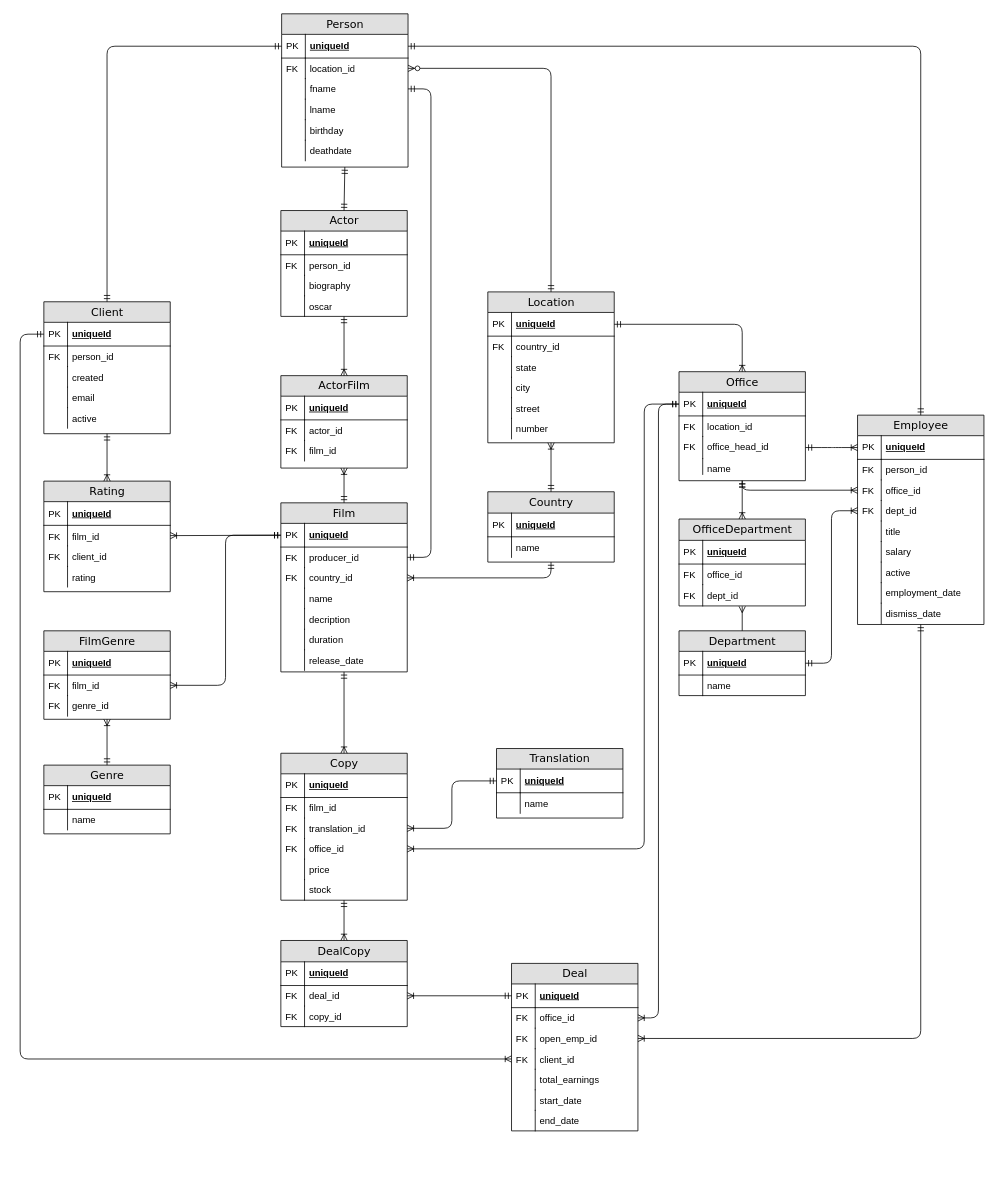
Bursoap/Kino keeps this draw.io diagram as kino.drawio. Above is the earlier version. Source tidied: cells renumbered, new cells numbered last; positions are measured from the earlier drawing's top-left corner, leaving out a move shared by most shapes. Both pictures are drawn from the tidied source at 79%, with x=0, y=0 at pixel (20, 13).
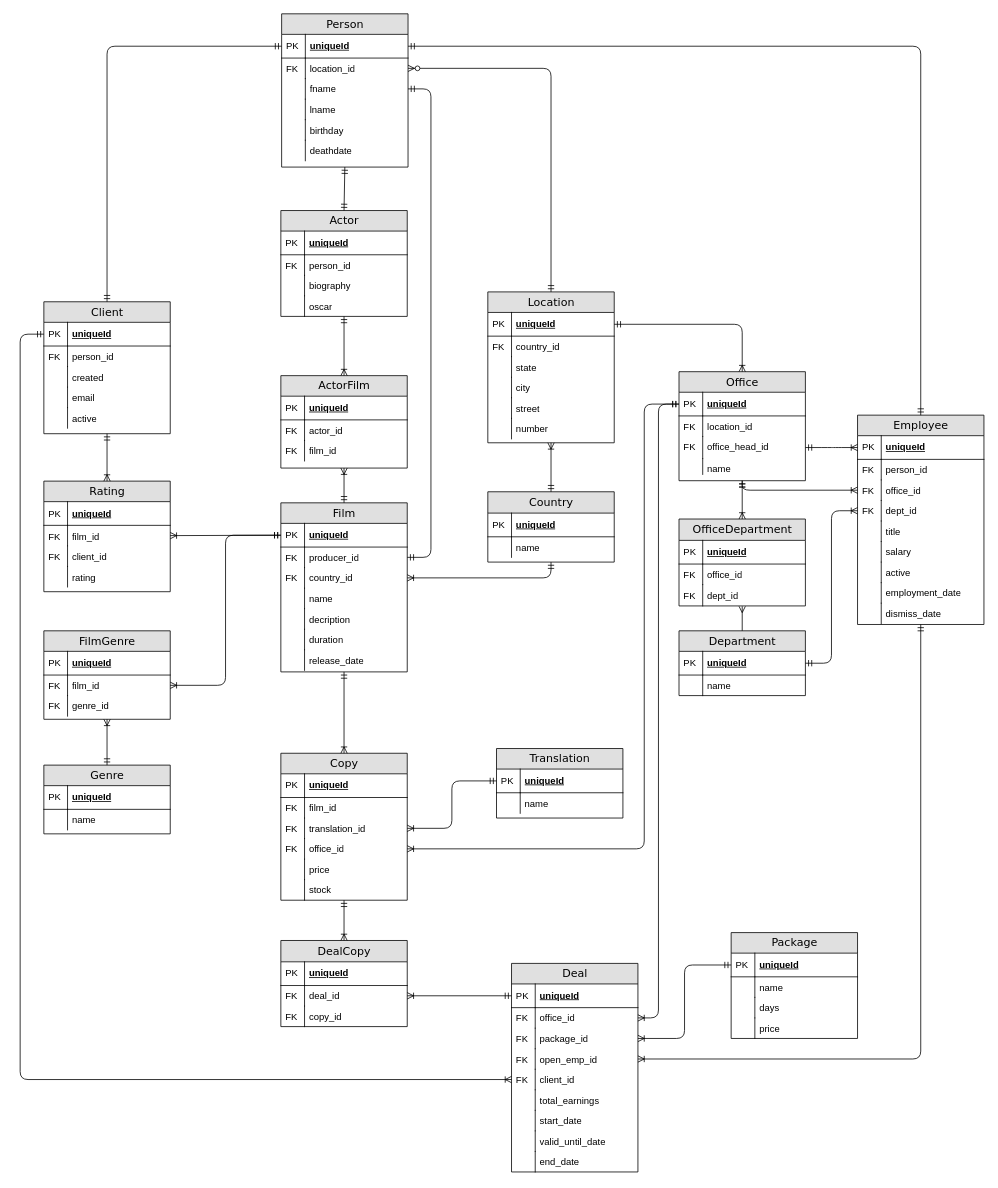
The same diagram, later.

The change refers to these unchanged cells:
```xml
<mxCell id="48" value="uniqueId" style="shape=partialRectangle;top=0;left=0;right=0;bottom=1;html=1;align=left;verticalAlign=middle;fillColor=none;spacingLeft=34;spacingRight=4;whiteSpace=wrap;overflow=hidden;points=[[0,0.5],[1,0.5]];portConstraint=eastwest;fontStyle=5;" parent="47" vertex="1">
  <mxGeometry y="26" width="160" height="30" as="geometry" />
</mxCell>
```

Change to the diagram source:
```diff
@@
     <mxCell id="119" value="Deal" style="swimlane;html=1;fontStyle=0;horizontal=1;startSize=26;fillColor=#e0e0e0;swimlaneFillColor=#ffffff;align=center;rounded=0;shadow=0;comic=0;labelBackgroundColor=none;strokeColor=#000000;strokeWidth=1;fontFamily=Verdana;fontSize=14;fontColor=#000000;" parent="1" vertex="1">
-      <mxGeometry x="622" y="1202" width="160" height="212" as="geometry" />
+      <mxGeometry x="622" y="1202" width="160" height="264" as="geometry" />
     </mxCell>
@@
+    <mxCell id="203" value="package_id" style="shape=partialRectangle;top=0;left=0;right=0;bottom=0;html=1;align=left;verticalAlign=top;fillColor=none;spacingLeft=34;spacingRight=4;whiteSpace=wrap;overflow=hidden;points=[[0,0.5],[1,0.5]];portConstraint=eastwest;" parent="119" vertex="1">
+      <mxGeometry y="82" width="160" height="26" as="geometry" />
+    </mxCell>
+    <mxCell id="204" value="FK" style="shape=partialRectangle;top=0;left=0;bottom=0;html=1;fillColor=none;align=left;verticalAlign=top;spacingLeft=4;spacingRight=4;whiteSpace=wrap;overflow=hidden;" parent="203" vertex="1">
+      <mxGeometry width="30" height="26" as="geometry" />
+    </mxCell>
     <mxCell id="124" value="open_emp_id" style="shape=partialRectangle;top=0;left=0;right=0;bottom=0;html=1;align=left;verticalAlign=top;fillColor=none;spacingLeft=34;spacingRight=4;whiteSpace=wrap;overflow=hidden;points=[[0,0.5],[1,0.5]];portConstraint=eastwest;" parent="119" vertex="1">
-      <mxGeometry y="82" width="160" height="26" as="geometry" />
+      <mxGeometry y="108" width="160" height="26" as="geometry" />
     </mxCell>
@@
     <mxCell id="126" value="client_id" style="shape=partialRectangle;top=0;left=0;right=0;bottom=0;html=1;align=left;verticalAlign=top;fillColor=none;spacingLeft=34;spacingRight=4;whiteSpace=wrap;overflow=hidden;points=[[0,0.5],[1,0.5]];portConstraint=eastwest;" parent="119" vertex="1">
-      <mxGeometry y="108" width="160" height="26" as="geometry" />
+      <mxGeometry y="134" width="160" height="26" as="geometry" />
     </mxCell>
@@
     <mxCell id="128" value="total_earnings" style="shape=partialRectangle;top=0;left=0;right=0;bottom=0;html=1;align=left;verticalAlign=top;fillColor=none;spacingLeft=34;spacingRight=4;whiteSpace=wrap;overflow=hidden;" parent="119" vertex="1">
-      <mxGeometry y="134" width="160" height="26" as="geometry" />
+      <mxGeometry y="160" width="160" height="26" as="geometry" />
     </mxCell>
@@
     <mxCell id="130" value="start_date" style="shape=partialRectangle;top=0;left=0;right=0;bottom=0;html=1;align=left;verticalAlign=top;fillColor=none;spacingLeft=34;spacingRight=4;whiteSpace=wrap;overflow=hidden;" parent="119" vertex="1">
-      <mxGeometry y="160" width="160" height="26" as="geometry" />
+      <mxGeometry y="186" width="160" height="26" as="geometry" />
     </mxCell>
@@
+    <mxCell id="205" value="valid_until_date" style="shape=partialRectangle;top=0;left=0;right=0;bottom=0;html=1;align=left;verticalAlign=top;fillColor=none;spacingLeft=34;spacingRight=4;whiteSpace=wrap;overflow=hidden;" parent="119" vertex="1">
+      <mxGeometry y="212" width="160" height="26" as="geometry" />
+    </mxCell>
+    <mxCell id="206" style="shape=partialRectangle;top=0;left=0;bottom=0;html=1;fillColor=none;align=left;verticalAlign=top;spacingLeft=4;spacingRight=4;whiteSpace=wrap;overflow=hidden;" parent="205" vertex="1">
+      <mxGeometry width="30" height="26" as="geometry" />
+    </mxCell>
     <mxCell id="132" value="end_date" style="shape=partialRectangle;top=0;left=0;right=0;bottom=0;html=1;align=left;verticalAlign=top;fillColor=none;spacingLeft=34;spacingRight=4;whiteSpace=wrap;overflow=hidden;" parent="119" vertex="1">
-      <mxGeometry y="186" width="160" height="26" as="geometry" />
+      <mxGeometry y="238" width="160" height="26" as="geometry" />
     </mxCell>
@@
     <mxCell id="196" style="edgeStyle=orthogonalEdgeStyle;fontSize=12;html=1;endArrow=ERoneToMany;startArrow=ERmandOne;exitX=0;exitY=0.5;exitDx=0;exitDy=0;entryX=0;entryY=0.5;entryDx=0;entryDy=0;" parent="1" edge="1" source="48" target="126">
       <mxGeometry relative="1" as="geometry">
         <Array as="points">
           <mxPoint y="406" />
-          <mxPoint y="1323" />
+          <mxPoint y="1349" />
         </Array>
       </mxGeometry>
     </mxCell>
@@
+    <mxCell id="207" value="Package" style="swimlane;html=1;fontStyle=0;horizontal=1;startSize=26;fillColor=#e0e0e0;swimlaneFillColor=#ffffff;align=center;rounded=0;shadow=0;comic=0;labelBackgroundColor=none;strokeColor=#000000;strokeWidth=1;fontFamily=Verdana;fontSize=14;fontColor=#000000;" parent="1" vertex="1">
+      <mxGeometry x="900" y="1163" width="160" height="134" as="geometry" />
+    </mxCell>
+    <mxCell id="208" value="uniqueId" style="shape=partialRectangle;top=0;left=0;right=0;bottom=1;html=1;align=left;verticalAlign=middle;fillColor=none;spacingLeft=34;spacingRight=4;whiteSpace=wrap;overflow=hidden;points=[[0,0.5],[1,0.5]];portConstraint=eastwest;fontStyle=5;" parent="207" vertex="1">
+      <mxGeometry y="26" width="160" height="30" as="geometry" />
+    </mxCell>
+    <mxCell id="209" value="PK" style="shape=partialRectangle;top=0;left=0;bottom=0;html=1;fillColor=none;align=left;verticalAlign=middle;spacingLeft=4;spacingRight=4;whiteSpace=wrap;overflow=hidden;" parent="208" vertex="1">
+      <mxGeometry width="30" height="30" as="geometry" />
+    </mxCell>
+    <mxCell id="210" value="name" style="shape=partialRectangle;top=0;left=0;right=0;bottom=0;html=1;align=left;verticalAlign=top;fillColor=none;spacingLeft=34;spacingRight=4;whiteSpace=wrap;overflow=hidden;" parent="207" vertex="1">
+      <mxGeometry y="56" width="160" height="26" as="geometry" />
+    </mxCell>
+    <mxCell id="211" style="shape=partialRectangle;top=0;left=0;bottom=0;html=1;fillColor=none;align=left;verticalAlign=top;spacingLeft=4;spacingRight=4;whiteSpace=wrap;overflow=hidden;" parent="210" vertex="1">
+      <mxGeometry width="30" height="26" as="geometry" />
+    </mxCell>
+    <mxCell id="212" value="days" style="shape=partialRectangle;top=0;left=0;right=0;bottom=0;html=1;align=left;verticalAlign=top;fillColor=none;spacingLeft=34;spacingRight=4;whiteSpace=wrap;overflow=hidden;" parent="207" vertex="1">
+      <mxGeometry y="82" width="160" height="26" as="geometry" />
+    </mxCell>
+    <mxCell id="213" style="shape=partialRectangle;top=0;left=0;bottom=0;html=1;fillColor=none;align=left;verticalAlign=top;spacingLeft=4;spacingRight=4;whiteSpace=wrap;overflow=hidden;" parent="212" vertex="1">
+      <mxGeometry width="30" height="26" as="geometry" />
+    </mxCell>
+    <mxCell id="214" value="price" style="shape=partialRectangle;top=0;left=0;right=0;bottom=0;html=1;align=left;verticalAlign=top;fillColor=none;spacingLeft=34;spacingRight=4;whiteSpace=wrap;overflow=hidden;" parent="207" vertex="1">
+      <mxGeometry y="108" width="160" height="26" as="geometry" />
+    </mxCell>
+    <mxCell id="215" style="shape=partialRectangle;top=0;left=0;bottom=0;html=1;fillColor=none;align=left;verticalAlign=top;spacingLeft=4;spacingRight=4;whiteSpace=wrap;overflow=hidden;" parent="214" vertex="1">
+      <mxGeometry width="30" height="26" as="geometry" />
+    </mxCell>
+    <mxCell id="216" style="fontSize=12;html=1;endArrow=ERoneToMany;startArrow=ERmandOne;exitX=0;exitY=0.5;exitDx=0;exitDy=0;edgeStyle=orthogonalEdgeStyle;" parent="1" edge="1" source="208" target="203">
+      <mxGeometry relative="1" as="geometry" />
+    </mxCell>
```
